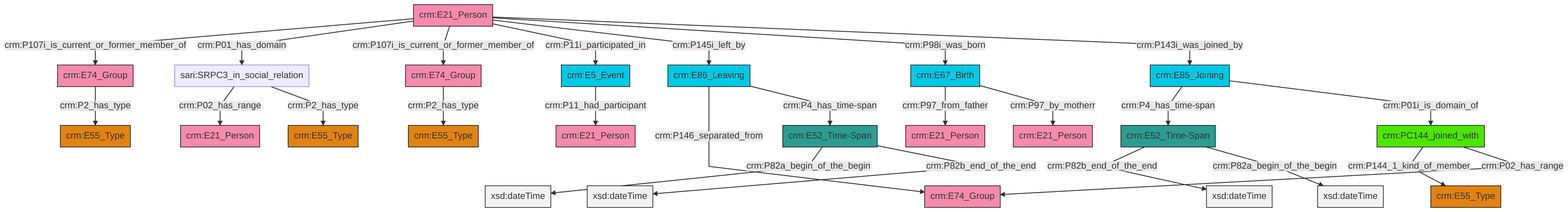
Before: et/personCSV/ttl/mmd/png/Person_Actor_Relations.png, a diagram exported from Mermaid (swiss-art-research-net/reference-data-models). Its source is kept beside it as et/personCSV/ttl/mmd/Person_Actor_Relations.ttl.mmd.
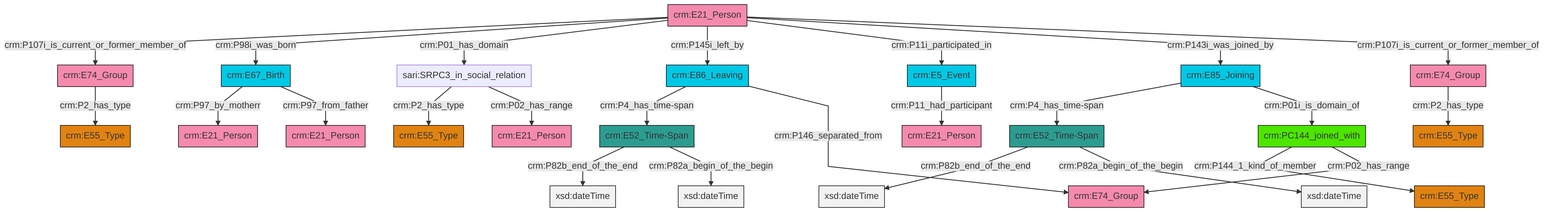
The same file after the commit.

What changed in the source:
```diff
@@ -13,27 +13,27 @@
 classDef PC_Classes fill:#4ce600, stroke:#000000;
 classDef Multi fill:#cccccc,stroke:#000000;
 
-2["crm:E74_Group"]:::Actor -->|crm:P2_has_type| 3["crm:E55_Type"]:::Type
-6["crm:E21_Person"]:::Actor -->|crm:P107i_is_current_or_former_member_of| 2["crm:E74_Group"]:::Actor
-7["sari:SRPC3_in_social_relation"]:::Default -->|crm:P02_has_range| 8["crm:E21_Person"]:::Actor
-6["crm:E21_Person"]:::Actor -->|crm:P01_has_domain| 7["sari:SRPC3_in_social_relation"]:::Default
-15["crm:E52_Time-Span"]:::Time-Span -->|crm:P82a_begin_of_the_begin| 16[xsd:dateTime]:::Literal
-6["crm:E21_Person"]:::Actor -->|crm:P107i_is_current_or_former_member_of| 17["crm:E74_Group"]:::Actor
-11["crm:E85_Joining"]:::Temporal_Entity -->|crm:P4_has_time-span| 25["crm:E52_Time-Span"]:::Time-Span
-19["crm:E5_Event"]:::Temporal_Entity -->|crm:P11_had_participant| 26["crm:E21_Person"]:::Actor
-6["crm:E21_Person"]:::Actor -->|crm:P11i_participated_in| 19["crm:E5_Event"]:::Temporal_Entity
-6["crm:E21_Person"]:::Actor -->|crm:P145i_left_by| 29["crm:E86_Leaving"]:::Temporal_Entity
-17["crm:E74_Group"]:::Actor -->|crm:P2_has_type| 21["crm:E55_Type"]:::Type
-25["crm:E52_Time-Span"]:::Time-Span -->|crm:P82b_end_of_the_end| 32[xsd:dateTime]:::Literal
-7["sari:SRPC3_in_social_relation"]:::Default -->|crm:P2_has_type| 9["crm:E55_Type"]:::Type
-0["crm:PC144_joined_with"]:::PC_Classes -->|crm:P144_1_kind_of_member| 30["crm:E55_Type"]:::Type
-6["crm:E21_Person"]:::Actor -->|crm:P98i_was_born| 4["crm:E67_Birth"]:::Temporal_Entity
-15["crm:E52_Time-Span"]:::Time-Span -->|crm:P82b_end_of_the_end| 37[xsd:dateTime]:::Literal
-11["crm:E85_Joining"]:::Temporal_Entity -->|crm:P01i_is_domain_of| 0["crm:PC144_joined_with"]:::PC_Classes
-6["crm:E21_Person"]:::Actor -->|crm:P143i_was_joined_by| 11["crm:E85_Joining"]:::Temporal_Entity
-4["crm:E67_Birth"]:::Temporal_Entity -->|crm:P97_from_father| 23["crm:E21_Person"]:::Actor
-4["crm:E67_Birth"]:::Temporal_Entity -->|crm:P97_by_motherr| 34["crm:E21_Person"]:::Actor
-29["crm:E86_Leaving"]:::Temporal_Entity -->|crm:P146_separated_from| 13["crm:E74_Group"]:::Actor
-25["crm:E52_Time-Span"]:::Time-Span -->|crm:P82a_begin_of_the_begin| 46[xsd:dateTime]:::Literal
-29["crm:E86_Leaving"]:::Temporal_Entity -->|crm:P4_has_time-span| 15["crm:E52_Time-Span"]:::Time-Span
-0["crm:PC144_joined_with"]:::PC_Classes -->|crm:P02_has_range| 13["crm:E74_Group"]:::Actor
+2["crm:E86_Leaving"]:::Temporal_Entity -->|crm:P4_has_time-span| 3["crm:E52_Time-Span"]:::Time-Span
+3["crm:E52_Time-Span"]:::Time-Span -->|crm:P82b_end_of_the_end| 4[xsd:dateTime]:::Literal
+7["crm:E52_Time-Span"]:::Time-Span -->|crm:P82b_end_of_the_end| 8[xsd:dateTime]:::Literal
+2["crm:E86_Leaving"]:::Temporal_Entity -->|crm:P146_separated_from| 11["crm:E74_Group"]:::Actor
+14["crm:E21_Person"]:::Actor -->|crm:P107i_is_current_or_former_member_of| 15["crm:E74_Group"]:::Actor
+14["crm:E21_Person"]:::Actor -->|crm:P98i_was_born| 16["crm:E67_Birth"]:::Temporal_Entity
+15["crm:E74_Group"]:::Actor -->|crm:P2_has_type| 17["crm:E55_Type"]:::Type
+14["crm:E21_Person"]:::Actor -->|crm:P01_has_domain| 18["sari:SRPC3_in_social_relation"]:::Default
+3["crm:E52_Time-Span"]:::Time-Span -->|crm:P82a_begin_of_the_begin| 19[xsd:dateTime]:::Literal
+14["crm:E21_Person"]:::Actor -->|crm:P145i_left_by| 2["crm:E86_Leaving"]:::Temporal_Entity
+16["crm:E67_Birth"]:::Temporal_Entity -->|crm:P97_by_motherr| 20["crm:E21_Person"]:::Actor
+22["crm:E74_Group"]:::Actor -->|crm:P2_has_type| 23["crm:E55_Type"]:::Type
+24["crm:PC144_joined_with"]:::PC_Classes -->|crm:P144_1_kind_of_member| 0["crm:E55_Type"]:::Type
+24["crm:PC144_joined_with"]:::PC_Classes -->|crm:P02_has_range| 11["crm:E74_Group"]:::Actor
+14["crm:E21_Person"]:::Actor -->|crm:P11i_participated_in| 12["crm:E5_Event"]:::Temporal_Entity
+16["crm:E67_Birth"]:::Temporal_Entity -->|crm:P97_from_father| 31["crm:E21_Person"]:::Actor
+12["crm:E5_Event"]:::Temporal_Entity -->|crm:P11_had_participant| 5["crm:E21_Person"]:::Actor
+14["crm:E21_Person"]:::Actor -->|crm:P143i_was_joined_by| 36["crm:E85_Joining"]:::Temporal_Entity
+7["crm:E52_Time-Span"]:::Time-Span -->|crm:P82a_begin_of_the_begin| 41[xsd:dateTime]:::Literal
+36["crm:E85_Joining"]:::Temporal_Entity -->|crm:P4_has_time-span| 7["crm:E52_Time-Span"]:::Time-Span
+14["crm:E21_Person"]:::Actor -->|crm:P107i_is_current_or_former_member_of| 22["crm:E74_Group"]:::Actor
+36["crm:E85_Joining"]:::Temporal_Entity -->|crm:P01i_is_domain_of| 24["crm:PC144_joined_with"]:::PC_Classes
+18["sari:SRPC3_in_social_relation"]:::Default -->|crm:P2_has_type| 32["crm:E55_Type"]:::Type
+18["sari:SRPC3_in_social_relation"]:::Default -->|crm:P02_has_range| 9["crm:E21_Person"]:::Actor
```
